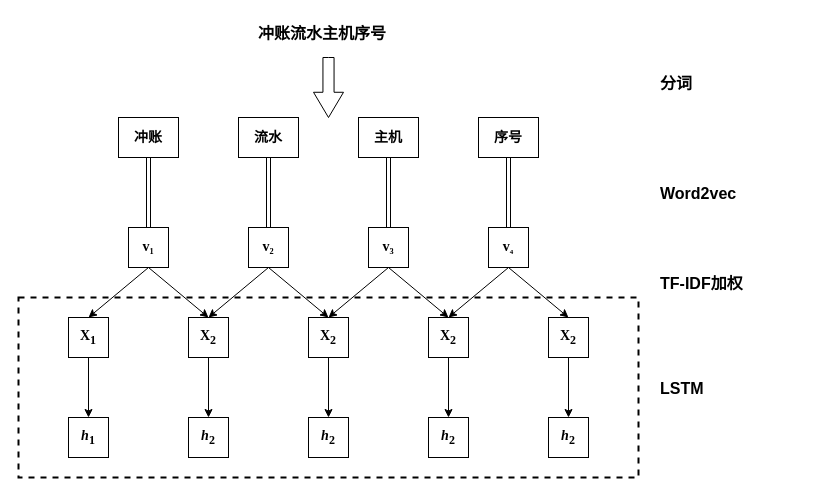
Above: page "第 1 页" (1 of 2) of lstm.drawio in dadaewqq/blog (draw.io), before the change. Source tidied: cells renumbered, new cells numbered last; positions are measured from the earlier drawing's top-left corner, leaving out a move shared by most shapes. Both pictures are drawn from the tidied source at 100%, with x=0, y=0 at pixel (18, 17).
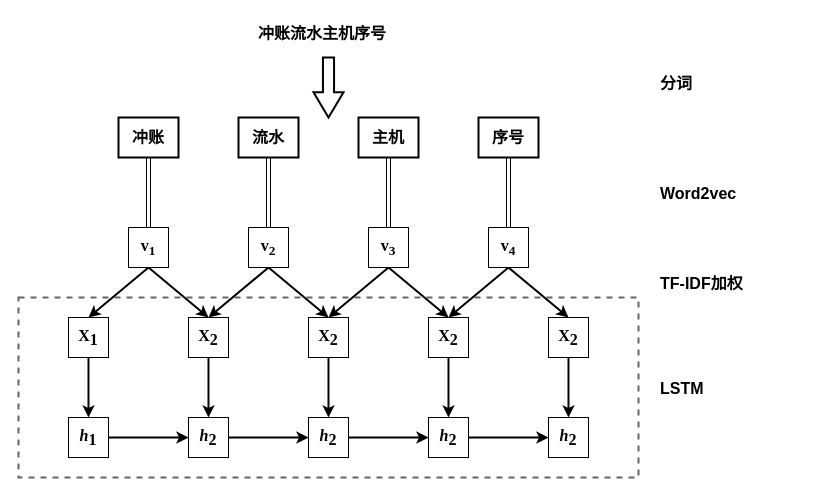
The same diagram, later.

Diff of the diagram source:
```diff
@@
-    <mxCell id="2" style="edgeStyle=orthogonalEdgeStyle;shape=link;rounded=0;jettySize=auto;html=1;exitX=0.5;exitY=1;exitDx=0;exitDy=0;entryX=0.5;entryY=0;entryDx=0;entryDy=0;" parent="1" edge="1" source="3" target="12">
+    <mxCell id="2" style="edgeStyle=orthogonalEdgeStyle;shape=link;rounded=0;jettySize=auto;html=1;exitX=0.5;exitY=1;exitDx=0;exitDy=0;entryX=0.5;entryY=0;entryDx=0;entryDy=0;strokeWidth=1;" parent="1" edge="1" source="3" target="12">
       <mxGeometry relative="1" as="geometry" />
     </mxCell>
-    <mxCell id="3" value="&lt;font face=&quot;宋体&quot; size=&quot;1&quot;&gt;&lt;b style=&quot;font-size: 14px&quot;&gt;冲账&lt;/b&gt;&lt;/font&gt;" style="rounded=0;whiteSpace=wrap;html=1;" parent="1" vertex="1">
+    <mxCell id="3" value="&lt;font face=&quot;宋体&quot; size=&quot;1&quot;&gt;&lt;b style=&quot;font-size: 16px&quot;&gt;冲账&lt;/b&gt;&lt;/font&gt;" style="rounded=0;whiteSpace=wrap;html=1;strokeWidth=2;" parent="1" vertex="1">
       <mxGeometry x="100" y="100" width="60" height="40" as="geometry" />
     </mxCell>
-    <mxCell id="4" style="edgeStyle=orthogonalEdgeStyle;shape=link;rounded=0;jettySize=auto;html=1;" parent="1" edge="1" source="5" target="21">
+    <mxCell id="4" style="edgeStyle=orthogonalEdgeStyle;shape=link;rounded=0;jettySize=auto;html=1;strokeWidth=1;" parent="1" edge="1" source="5" target="21">
       <mxGeometry relative="1" as="geometry" />
     </mxCell>
-    <mxCell id="5" value="&lt;span&gt;&lt;font face=&quot;宋体&quot; size=&quot;1&quot;&gt;&lt;b style=&quot;font-size: 14px&quot;&gt;序号&lt;/b&gt;&lt;/font&gt;&lt;/span&gt;" style="rounded=0;whiteSpace=wrap;html=1;" parent="1" vertex="1">
+    <mxCell id="5" value="&lt;span&gt;&lt;font face=&quot;宋体&quot; size=&quot;1&quot;&gt;&lt;b style=&quot;font-size: 16px&quot;&gt;序号&lt;/b&gt;&lt;/font&gt;&lt;/span&gt;" style="rounded=0;whiteSpace=wrap;html=1;strokeWidth=2;" parent="1" vertex="1">
       <mxGeometry x="460" y="100" width="60" height="40" as="geometry" />
     </mxCell>
-    <mxCell id="6" style="edgeStyle=orthogonalEdgeStyle;shape=link;rounded=0;jettySize=auto;html=1;" parent="1" edge="1" source="7" target="15">
+    <mxCell id="6" style="edgeStyle=orthogonalEdgeStyle;shape=link;rounded=0;jettySize=auto;html=1;strokeWidth=1;" parent="1" edge="1" source="7" target="15">
       <mxGeometry relative="1" as="geometry" />
     </mxCell>
-    <mxCell id="7" value="&lt;span&gt;&lt;font face=&quot;宋体&quot; size=&quot;1&quot;&gt;&lt;b style=&quot;font-size: 14px&quot;&gt;主机&lt;/b&gt;&lt;/font&gt;&lt;/span&gt;" style="rounded=0;whiteSpace=wrap;html=1;" parent="1" vertex="1">
+    <mxCell id="7" value="&lt;span&gt;&lt;font face=&quot;宋体&quot; size=&quot;1&quot;&gt;&lt;b style=&quot;font-size: 16px&quot;&gt;主机&lt;/b&gt;&lt;/font&gt;&lt;/span&gt;" style="rounded=0;whiteSpace=wrap;html=1;strokeWidth=2;" parent="1" vertex="1">
       <mxGeometry x="340" y="100" width="60" height="40" as="geometry" />
     </mxCell>
-    <mxCell id="8" style="edgeStyle=orthogonalEdgeStyle;shape=link;rounded=0;jettySize=auto;html=1;exitX=0.5;exitY=1;exitDx=0;exitDy=0;" parent="1" edge="1" source="9" target="18">
+    <mxCell id="8" style="edgeStyle=orthogonalEdgeStyle;shape=link;rounded=0;jettySize=auto;html=1;exitX=0.5;exitY=1;exitDx=0;exitDy=0;strokeWidth=1;" parent="1" edge="1" source="9" target="18">
       <mxGeometry relative="1" as="geometry" />
     </mxCell>
-    <mxCell id="9" value="&lt;span&gt;&lt;font face=&quot;宋体&quot; size=&quot;1&quot;&gt;&lt;b style=&quot;font-size: 14px&quot;&gt;流水&lt;/b&gt;&lt;/font&gt;&lt;/span&gt;" style="rounded=0;whiteSpace=wrap;html=1;" parent="1" vertex="1">
+    <mxCell id="9" value="&lt;span&gt;&lt;font face=&quot;宋体&quot; size=&quot;1&quot;&gt;&lt;b style=&quot;font-size: 16px&quot;&gt;流水&lt;/b&gt;&lt;/font&gt;&lt;/span&gt;" style="rounded=0;whiteSpace=wrap;html=1;strokeWidth=2;" parent="1" vertex="1">
       <mxGeometry x="220" y="100" width="60" height="40" as="geometry" />
     </mxCell>
-    <mxCell id="10" style="edgeStyle=none;rounded=0;jettySize=auto;html=1;exitX=0.5;exitY=1;exitDx=0;exitDy=0;entryX=0.5;entryY=0;entryDx=0;entryDy=0;" parent="1" edge="1" source="12" target="31">
+    <mxCell id="10" style="edgeStyle=none;rounded=0;jettySize=auto;html=1;exitX=0.5;exitY=1;exitDx=0;exitDy=0;entryX=0.5;entryY=0;entryDx=0;entryDy=0;strokeWidth=2;" parent="1" edge="1" source="12" target="31">
       <mxGeometry relative="1" as="geometry" />
     </mxCell>
-    <mxCell id="11" style="edgeStyle=none;rounded=0;jettySize=auto;html=1;exitX=0.5;exitY=1;exitDx=0;exitDy=0;entryX=0.5;entryY=0;entryDx=0;entryDy=0;" parent="1" edge="1" source="12" target="27">
+    <mxCell id="11" style="edgeStyle=none;rounded=0;jettySize=auto;html=1;exitX=0.5;exitY=1;exitDx=0;exitDy=0;entryX=0.5;entryY=0;entryDx=0;entryDy=0;strokeWidth=2;" parent="1" edge="1" source="12" target="27">
       <mxGeometry relative="1" as="geometry" />
     </mxCell>
-    <mxCell id="12" value="&lt;font face=&quot;Times New Roman&quot; size=&quot;1&quot;&gt;&lt;b style=&quot;font-size: 14px&quot;&gt;v&lt;/b&gt;&lt;b&gt;&lt;sub&gt;1&lt;/sub&gt;&lt;/b&gt;&lt;/font&gt;" style="rounded=0;whiteSpace=wrap;html=1;" parent="1" vertex="1">
+    <mxCell id="12" value="&lt;font face=&quot;Times New Roman&quot; style=&quot;font-size: 16px&quot;&gt;&lt;b&gt;v&lt;/b&gt;&lt;b&gt;&lt;sub&gt;1&lt;/sub&gt;&lt;/b&gt;&lt;/font&gt;" style="rounded=0;whiteSpace=wrap;html=1;perimeterSpacing=0;strokeWidth=1;" parent="1" vertex="1">
       <mxGeometry x="110" y="210" width="40" height="40" as="geometry" />
     </mxCell>
-    <mxCell id="13" style="edgeStyle=none;rounded=0;jettySize=auto;html=1;exitX=0.5;exitY=1;exitDx=0;exitDy=0;entryX=0.5;entryY=0;entryDx=0;entryDy=0;" parent="1" edge="1" source="15" target="29">
+    <mxCell id="13" style="edgeStyle=none;rounded=0;jettySize=auto;html=1;exitX=0.5;exitY=1;exitDx=0;exitDy=0;entryX=0.5;entryY=0;entryDx=0;entryDy=0;strokeWidth=2;" parent="1" edge="1" source="15" target="29">
       <mxGeometry relative="1" as="geometry" />
     </mxCell>
-    <mxCell id="14" style="edgeStyle=none;rounded=0;jettySize=auto;html=1;exitX=0.5;exitY=1;exitDx=0;exitDy=0;entryX=0.5;entryY=0;entryDx=0;entryDy=0;" parent="1" edge="1" source="15" target="25">
+    <mxCell id="14" style="edgeStyle=none;rounded=0;jettySize=auto;html=1;exitX=0.5;exitY=1;exitDx=0;exitDy=0;entryX=0.5;entryY=0;entryDx=0;entryDy=0;strokeWidth=2;" parent="1" edge="1" source="15" target="25">
       <mxGeometry relative="1" as="geometry" />
     </mxCell>
-    <mxCell id="15" value="&lt;b style=&quot;font-family: &amp;#34;times new roman&amp;#34; ; font-size: 14px&quot;&gt;v&lt;/b&gt;&lt;b style=&quot;font-family: &amp;#34;times new roman&amp;#34; ; font-size: x-small&quot;&gt;&lt;sub&gt;3&lt;/sub&gt;&lt;/b&gt;" style="rounded=0;whiteSpace=wrap;html=1;" parent="1" vertex="1">
+    <mxCell id="15" value="&lt;font style=&quot;font-size: 16px&quot;&gt;&lt;b style=&quot;font-family: &amp;#34;times new roman&amp;#34;&quot;&gt;v&lt;/b&gt;&lt;b style=&quot;font-family: &amp;#34;times new roman&amp;#34;&quot;&gt;&lt;sub&gt;3&lt;/sub&gt;&lt;/b&gt;&lt;/font&gt;" style="rounded=0;whiteSpace=wrap;html=1;strokeWidth=1;" parent="1" vertex="1">
       <mxGeometry x="350" y="210" width="40" height="40" as="geometry" />
     </mxCell>
-    <mxCell id="16" style="edgeStyle=none;rounded=0;jettySize=auto;html=1;exitX=0.5;exitY=1;exitDx=0;exitDy=0;entryX=0.5;entryY=0;entryDx=0;entryDy=0;" parent="1" edge="1" source="18" target="27">
+    <mxCell id="16" style="edgeStyle=none;rounded=0;jettySize=auto;html=1;exitX=0.5;exitY=1;exitDx=0;exitDy=0;entryX=0.5;entryY=0;entryDx=0;entryDy=0;strokeWidth=2;" parent="1" edge="1" source="18" target="27">
       <mxGeometry relative="1" as="geometry" />
     </mxCell>
-    <mxCell id="17" style="edgeStyle=none;rounded=0;jettySize=auto;html=1;exitX=0.5;exitY=1;exitDx=0;exitDy=0;entryX=0.5;entryY=0;entryDx=0;entryDy=0;" parent="1" edge="1" source="18" target="29">
+    <mxCell id="17" style="edgeStyle=none;rounded=0;jettySize=auto;html=1;exitX=0.5;exitY=1;exitDx=0;exitDy=0;entryX=0.5;entryY=0;entryDx=0;entryDy=0;strokeWidth=2;" parent="1" edge="1" source="18" target="29">
       <mxGeometry relative="1" as="geometry" />
     </mxCell>
-    <mxCell id="18" value="&lt;b style=&quot;font-family: &amp;#34;times new roman&amp;#34; ; font-size: 14px&quot;&gt;v&lt;/b&gt;&lt;b style=&quot;font-family: &amp;#34;times new roman&amp;#34; ; font-size: x-small&quot;&gt;&lt;sub&gt;2&lt;/sub&gt;&lt;/b&gt;" style="rounded=0;whiteSpace=wrap;html=1;" parent="1" vertex="1">
+    <mxCell id="18" value="&lt;font style=&quot;font-size: 16px&quot;&gt;&lt;b style=&quot;font-family: &amp;#34;times new roman&amp;#34;&quot;&gt;v&lt;/b&gt;&lt;b style=&quot;font-family: &amp;#34;times new roman&amp;#34;&quot;&gt;&lt;sub&gt;2&lt;/sub&gt;&lt;/b&gt;&lt;/font&gt;" style="rounded=0;whiteSpace=wrap;html=1;strokeWidth=1;" parent="1" vertex="1">
       <mxGeometry x="230" y="210" width="40" height="40" as="geometry" />
     </mxCell>
-    <mxCell id="19" style="edgeStyle=none;rounded=0;jettySize=auto;html=1;exitX=0.5;exitY=1;exitDx=0;exitDy=0;entryX=0.5;entryY=0;entryDx=0;entryDy=0;" parent="1" edge="1" source="21" target="25">
+    <mxCell id="19" style="edgeStyle=none;rounded=0;jettySize=auto;html=1;exitX=0.5;exitY=1;exitDx=0;exitDy=0;entryX=0.5;entryY=0;entryDx=0;entryDy=0;strokeWidth=2;" parent="1" edge="1" source="21" target="25">
       <mxGeometry relative="1" as="geometry" />
     </mxCell>
-    <mxCell id="20" style="edgeStyle=none;rounded=0;jettySize=auto;html=1;exitX=0.5;exitY=1;exitDx=0;exitDy=0;entryX=0.5;entryY=0;entryDx=0;entryDy=0;" parent="1" edge="1" source="21" target="23">
+    <mxCell id="20" style="edgeStyle=none;rounded=0;jettySize=auto;html=1;exitX=0.5;exitY=1;exitDx=0;exitDy=0;entryX=0.5;entryY=0;entryDx=0;entryDy=0;strokeWidth=2;" parent="1" edge="1" source="21" target="23">
       <mxGeometry relative="1" as="geometry" />
     </mxCell>
-    <mxCell id="21" value="&lt;b style=&quot;font-family: &amp;#34;times new roman&amp;#34; ; font-size: 14px&quot;&gt;v&lt;/b&gt;&lt;b style=&quot;font-family: &amp;#34;times new roman&amp;#34; ; font-size: 8.33333px&quot;&gt;&lt;sub&gt;4&lt;/sub&gt;&lt;/b&gt;" style="rounded=0;whiteSpace=wrap;html=1;" parent="1" vertex="1">
+    <mxCell id="21" value="&lt;font style=&quot;font-size: 16px&quot;&gt;&lt;b style=&quot;font-family: &amp;#34;times new roman&amp;#34;&quot;&gt;v&lt;/b&gt;&lt;b style=&quot;font-family: &amp;#34;times new roman&amp;#34;&quot;&gt;&lt;sub&gt;4&lt;/sub&gt;&lt;/b&gt;&lt;/font&gt;" style="rounded=0;whiteSpace=wrap;html=1;strokeWidth=1;" parent="1" vertex="1">
       <mxGeometry x="470" y="210" width="40" height="40" as="geometry" />
     </mxCell>
-    <mxCell id="22" style="edgeStyle=none;rounded=0;jettySize=auto;html=1;exitX=0.5;exitY=1;exitDx=0;exitDy=0;entryX=0.5;entryY=0;entryDx=0;entryDy=0;" parent="1" edge="1" source="23" target="32">
+    <mxCell id="22" style="edgeStyle=none;rounded=0;jettySize=auto;html=1;exitX=0.5;exitY=1;exitDx=0;exitDy=0;entryX=0.5;entryY=0;entryDx=0;entryDy=0;strokeWidth=2;" parent="1" edge="1" source="23" target="32">
       <mxGeometry relative="1" as="geometry" />
     </mxCell>
-    <mxCell id="23" value="&lt;b style=&quot;font-family: &amp;#34;times new roman&amp;#34;&quot;&gt;&lt;font style=&quot;font-size: 14px&quot;&gt;X&lt;/font&gt;&lt;sub&gt;&lt;font style=&quot;font-size: 12px&quot;&gt;2&lt;/font&gt;&lt;/sub&gt;&lt;/b&gt;" style="rounded=0;whiteSpace=wrap;html=1;" parent="1" vertex="1">
+    <mxCell id="23" value="&lt;b style=&quot;font-family: &amp;#34;times new roman&amp;#34; ; font-size: 16px&quot;&gt;&lt;font style=&quot;font-size: 16px&quot;&gt;X&lt;/font&gt;&lt;sub&gt;&lt;font style=&quot;font-size: 16px&quot;&gt;2&lt;/font&gt;&lt;/sub&gt;&lt;/b&gt;" style="rounded=0;whiteSpace=wrap;html=1;" parent="1" vertex="1">
       <mxGeometry x="530" y="300" width="40" height="40" as="geometry" />
     </mxCell>
-    <mxCell id="24" style="edgeStyle=none;rounded=0;jettySize=auto;html=1;exitX=0.5;exitY=1;exitDx=0;exitDy=0;entryX=0.5;entryY=0;entryDx=0;entryDy=0;" parent="1" edge="1" source="25" target="33">
+    <mxCell id="24" style="edgeStyle=none;rounded=0;jettySize=auto;html=1;exitX=0.5;exitY=1;exitDx=0;exitDy=0;entryX=0.5;entryY=0;entryDx=0;entryDy=0;strokeWidth=2;" parent="1" edge="1" source="25" target="33">
       <mxGeometry relative="1" as="geometry" />
     </mxCell>
-    <mxCell id="25" value="&lt;b style=&quot;font-family: &amp;#34;times new roman&amp;#34;&quot;&gt;&lt;font style=&quot;font-size: 14px&quot;&gt;X&lt;/font&gt;&lt;sub&gt;&lt;font style=&quot;font-size: 12px&quot;&gt;2&lt;/font&gt;&lt;/sub&gt;&lt;/b&gt;" style="rounded=0;whiteSpace=wrap;html=1;" parent="1" vertex="1">
+    <mxCell id="25" value="&lt;b style=&quot;font-family: &amp;#34;times new roman&amp;#34; ; font-size: 16px&quot;&gt;&lt;font style=&quot;font-size: 16px&quot;&gt;X&lt;/font&gt;&lt;sub&gt;&lt;font style=&quot;font-size: 16px&quot;&gt;2&lt;/font&gt;&lt;/sub&gt;&lt;/b&gt;" style="rounded=0;whiteSpace=wrap;html=1;" parent="1" vertex="1">
       <mxGeometry x="410" y="300" width="40" height="40" as="geometry" />
     </mxCell>
-    <mxCell id="26" style="edgeStyle=none;rounded=0;jettySize=auto;html=1;exitX=0.5;exitY=1;exitDx=0;exitDy=0;" parent="1" edge="1" source="27" target="34">
+    <mxCell id="26" style="edgeStyle=none;rounded=0;jettySize=auto;html=1;exitX=0.5;exitY=1;exitDx=0;exitDy=0;strokeWidth=2;" parent="1" edge="1" source="27" target="34">
       <mxGeometry relative="1" as="geometry" />
     </mxCell>
-    <mxCell id="27" value="&lt;b style=&quot;font-family: &amp;#34;times new roman&amp;#34;&quot;&gt;&lt;font style=&quot;font-size: 14px&quot;&gt;X&lt;/font&gt;&lt;sub&gt;&lt;font style=&quot;font-size: 12px&quot;&gt;2&lt;/font&gt;&lt;/sub&gt;&lt;/b&gt;" style="rounded=0;whiteSpace=wrap;html=1;" parent="1" vertex="1">
+    <mxCell id="27" value="&lt;b style=&quot;font-family: &amp;#34;times new roman&amp;#34; ; font-size: 16px&quot;&gt;&lt;font style=&quot;font-size: 16px&quot;&gt;X&lt;/font&gt;&lt;sub&gt;&lt;font style=&quot;font-size: 16px&quot;&gt;2&lt;/font&gt;&lt;/sub&gt;&lt;/b&gt;" style="rounded=0;whiteSpace=wrap;html=1;" parent="1" vertex="1">
       <mxGeometry x="170" y="300" width="40" height="40" as="geometry" />
     </mxCell>
-    <mxCell id="28" style="edgeStyle=none;rounded=0;jettySize=auto;html=1;exitX=0.5;exitY=1;exitDx=0;exitDy=0;" parent="1" edge="1" source="29" target="35">
+    <mxCell id="28" style="edgeStyle=none;rounded=0;jettySize=auto;html=1;exitX=0.5;exitY=1;exitDx=0;exitDy=0;strokeWidth=2;" parent="1" edge="1" source="29" target="35">
       <mxGeometry relative="1" as="geometry" />
     </mxCell>
-    <mxCell id="29" value="&lt;b style=&quot;font-family: &amp;#34;times new roman&amp;#34;&quot;&gt;&lt;font style=&quot;font-size: 14px&quot;&gt;X&lt;/font&gt;&lt;sub&gt;&lt;font style=&quot;font-size: 12px&quot;&gt;2&lt;/font&gt;&lt;/sub&gt;&lt;/b&gt;" style="rounded=0;whiteSpace=wrap;html=1;" parent="1" vertex="1">
+    <mxCell id="29" value="&lt;b style=&quot;font-family: &amp;#34;times new roman&amp;#34; ; font-size: 16px&quot;&gt;&lt;font style=&quot;font-size: 16px&quot;&gt;X&lt;/font&gt;&lt;sub&gt;&lt;font style=&quot;font-size: 16px&quot;&gt;2&lt;/font&gt;&lt;/sub&gt;&lt;/b&gt;" style="rounded=0;whiteSpace=wrap;html=1;" parent="1" vertex="1">
       <mxGeometry x="290" y="300" width="40" height="40" as="geometry" />
     </mxCell>
-    <mxCell id="30" style="edgeStyle=none;rounded=0;jettySize=auto;html=1;exitX=0.5;exitY=1;exitDx=0;exitDy=0;entryX=0.5;entryY=0;entryDx=0;entryDy=0;" parent="1" edge="1" source="31" target="36">
+    <mxCell id="30" style="edgeStyle=none;rounded=0;jettySize=auto;html=1;exitX=0.5;exitY=1;exitDx=0;exitDy=0;entryX=0.5;entryY=0;entryDx=0;entryDy=0;strokeWidth=2;" parent="1" edge="1" source="31" target="36">
       <mxGeometry relative="1" as="geometry" />
     </mxCell>
-    <mxCell id="31" value="&lt;b style=&quot;font-family: &amp;#34;times new roman&amp;#34;&quot;&gt;&lt;font style=&quot;font-size: 14px&quot;&gt;X&lt;/font&gt;&lt;sub&gt;&lt;font style=&quot;font-size: 12px&quot;&gt;1&lt;/font&gt;&lt;/sub&gt;&lt;/b&gt;" style="rounded=0;whiteSpace=wrap;html=1;" parent="1" vertex="1">
+    <mxCell id="31" value="&lt;b style=&quot;font-family: &amp;#34;times new roman&amp;#34; ; font-size: 16px&quot;&gt;&lt;font style=&quot;font-size: 16px&quot;&gt;X&lt;/font&gt;&lt;sub&gt;&lt;font style=&quot;font-size: 16px&quot;&gt;1&lt;/font&gt;&lt;/sub&gt;&lt;/b&gt;" style="rounded=0;whiteSpace=wrap;html=1;" parent="1" vertex="1">
       <mxGeometry x="50" y="300" width="40" height="40" as="geometry" />
     </mxCell>
-    <mxCell id="32" value="&lt;b&gt;&lt;font face=&quot;Times New Roman&quot;&gt;&lt;i&gt;&lt;font style=&quot;font-size: 14px&quot;&gt;h&lt;/font&gt;&lt;/i&gt;&lt;sub&gt;&lt;font style=&quot;font-size: 12px&quot;&gt;2&lt;/font&gt;&lt;/sub&gt;&lt;/font&gt;&lt;/b&gt;" style="rounded=0;whiteSpace=wrap;html=1;" parent="1" vertex="1">
+    <mxCell id="32" value="&lt;b style=&quot;font-size: 16px&quot;&gt;&lt;font face=&quot;Times New Roman&quot; style=&quot;font-size: 16px&quot;&gt;&lt;i&gt;&lt;font style=&quot;font-size: 16px&quot;&gt;h&lt;/font&gt;&lt;/i&gt;&lt;sub&gt;&lt;font style=&quot;font-size: 16px&quot;&gt;2&lt;/font&gt;&lt;/sub&gt;&lt;/font&gt;&lt;/b&gt;" style="rounded=0;whiteSpace=wrap;html=1;" parent="1" vertex="1">
       <mxGeometry x="530" y="400" width="40" height="40" as="geometry" />
     </mxCell>
+    <mxCell id="44" style="edgeStyle=none;rounded=0;jettySize=auto;html=1;exitX=1;exitY=0.5;exitDx=0;exitDy=0;entryX=0;entryY=0.5;entryDx=0;entryDy=0;strokeWidth=2;" parent="1" edge="1" source="33" target="32">
+      <mxGeometry relative="1" as="geometry" />
+    </mxCell>
-    <mxCell id="33" value="&lt;b&gt;&lt;font face=&quot;Times New Roman&quot;&gt;&lt;i&gt;&lt;font style=&quot;font-size: 14px&quot;&gt;h&lt;/font&gt;&lt;/i&gt;&lt;sub&gt;&lt;font style=&quot;font-size: 12px&quot;&gt;2&lt;/font&gt;&lt;/sub&gt;&lt;/font&gt;&lt;/b&gt;" style="rounded=0;whiteSpace=wrap;html=1;" parent="1" vertex="1">
+    <mxCell id="33" value="&lt;b style=&quot;font-size: 16px&quot;&gt;&lt;font face=&quot;Times New Roman&quot; style=&quot;font-size: 16px&quot;&gt;&lt;i&gt;&lt;font style=&quot;font-size: 16px&quot;&gt;h&lt;/font&gt;&lt;/i&gt;&lt;sub&gt;&lt;font style=&quot;font-size: 16px&quot;&gt;2&lt;/font&gt;&lt;/sub&gt;&lt;/font&gt;&lt;/b&gt;" style="rounded=0;whiteSpace=wrap;html=1;" parent="1" vertex="1">
       <mxGeometry x="410" y="400" width="40" height="40" as="geometry" />
     </mxCell>
+    <mxCell id="45" style="edgeStyle=none;rounded=0;jettySize=auto;html=1;exitX=1;exitY=0.5;exitDx=0;exitDy=0;entryX=0;entryY=0.5;entryDx=0;entryDy=0;strokeWidth=2;" parent="1" edge="1" source="34" target="35">
+      <mxGeometry relative="1" as="geometry" />
+    </mxCell>
-    <mxCell id="34" value="&lt;b&gt;&lt;font face=&quot;Times New Roman&quot;&gt;&lt;i&gt;&lt;font style=&quot;font-size: 14px&quot;&gt;h&lt;/font&gt;&lt;/i&gt;&lt;sub&gt;&lt;font style=&quot;font-size: 12px&quot;&gt;2&lt;/font&gt;&lt;/sub&gt;&lt;/font&gt;&lt;/b&gt;" style="rounded=0;whiteSpace=wrap;html=1;" parent="1" vertex="1">
+    <mxCell id="34" value="&lt;b style=&quot;font-size: 16px&quot;&gt;&lt;font face=&quot;Times New Roman&quot; style=&quot;font-size: 16px&quot;&gt;&lt;i&gt;&lt;font style=&quot;font-size: 16px&quot;&gt;h&lt;/font&gt;&lt;/i&gt;&lt;sub&gt;&lt;font style=&quot;font-size: 16px&quot;&gt;2&lt;/font&gt;&lt;/sub&gt;&lt;/font&gt;&lt;/b&gt;" style="rounded=0;whiteSpace=wrap;html=1;" parent="1" vertex="1">
       <mxGeometry x="170" y="400" width="40" height="40" as="geometry" />
     </mxCell>
+    <mxCell id="46" style="edgeStyle=none;rounded=0;jettySize=auto;html=1;exitX=1;exitY=0.5;exitDx=0;exitDy=0;entryX=0;entryY=0.5;entryDx=0;entryDy=0;strokeWidth=2;" parent="1" edge="1" source="35" target="33">
+      <mxGeometry relative="1" as="geometry" />
+    </mxCell>
-    <mxCell id="35" value="&lt;b&gt;&lt;font face=&quot;Times New Roman&quot;&gt;&lt;i&gt;&lt;font style=&quot;font-size: 14px&quot;&gt;h&lt;/font&gt;&lt;/i&gt;&lt;sub&gt;&lt;font style=&quot;font-size: 12px&quot;&gt;2&lt;/font&gt;&lt;/sub&gt;&lt;/font&gt;&lt;/b&gt;" style="rounded=0;whiteSpace=wrap;html=1;" parent="1" vertex="1">
+    <mxCell id="35" value="&lt;b style=&quot;font-size: 16px&quot;&gt;&lt;font face=&quot;Times New Roman&quot; style=&quot;font-size: 16px&quot;&gt;&lt;i&gt;&lt;font style=&quot;font-size: 16px&quot;&gt;h&lt;/font&gt;&lt;/i&gt;&lt;sub&gt;&lt;font style=&quot;font-size: 16px&quot;&gt;2&lt;/font&gt;&lt;/sub&gt;&lt;/font&gt;&lt;/b&gt;" style="rounded=0;whiteSpace=wrap;html=1;" parent="1" vertex="1">
       <mxGeometry x="290" y="400" width="40" height="40" as="geometry" />
     </mxCell>
+    <mxCell id="47" style="edgeStyle=none;rounded=0;jettySize=auto;html=1;exitX=1;exitY=0.5;exitDx=0;exitDy=0;entryX=0;entryY=0.5;entryDx=0;entryDy=0;strokeWidth=2;" parent="1" edge="1" source="36" target="34">
+      <mxGeometry relative="1" as="geometry" />
+    </mxCell>
-    <mxCell id="36" value="&lt;b style=&quot;font-family: &amp;#34;times new roman&amp;#34;&quot;&gt;&lt;i&gt;&lt;font style=&quot;font-size: 14px&quot;&gt;h&lt;/font&gt;&lt;/i&gt;&lt;sub&gt;&lt;font style=&quot;font-size: 12px&quot;&gt;1&lt;/font&gt;&lt;/sub&gt;&lt;/b&gt;" style="rounded=0;whiteSpace=wrap;html=1;" parent="1" vertex="1">
+    <mxCell id="36" value="&lt;b style=&quot;font-family: &amp;#34;times new roman&amp;#34; ; font-size: 16px&quot;&gt;&lt;i&gt;&lt;font style=&quot;font-size: 16px&quot;&gt;h&lt;/font&gt;&lt;/i&gt;&lt;sub&gt;&lt;font style=&quot;font-size: 16px&quot;&gt;1&lt;/font&gt;&lt;/sub&gt;&lt;/b&gt;" style="rounded=0;whiteSpace=wrap;html=1;" parent="1" vertex="1">
       <mxGeometry x="50" y="400" width="40" height="40" as="geometry" />
     </mxCell>
@@
-    <mxCell id="38" style="html=1;shadow=0;dashed=0;align=center;verticalAlign=middle;shape=mxgraph.arrows2.arrow;dy=0.63;dx=25.23;direction=south;notch=0;" parent="1" vertex="1">
+    <mxCell id="38" style="html=1;shadow=0;dashed=0;align=center;verticalAlign=middle;shape=mxgraph.arrows2.arrow;dy=0.63;dx=25.23;direction=south;notch=0;strokeWidth=2;" parent="1" vertex="1">
       <mxGeometry x="295" y="40" width="30" height="60" as="geometry" />
     </mxCell>
@@
-    <mxCell id="43" style="rounded=0;whiteSpace=wrap;html=1;fillColor=none;dashed=1;strokeWidth=2;" parent="1" vertex="1">
+    <mxCell id="43" style="rounded=0;whiteSpace=wrap;html=1;fillColor=none;dashed=1;strokeWidth=2;opacity=60;" parent="1" vertex="1">
       <mxGeometry y="280" width="620" height="180" as="geometry" />
     </mxCell>
```
